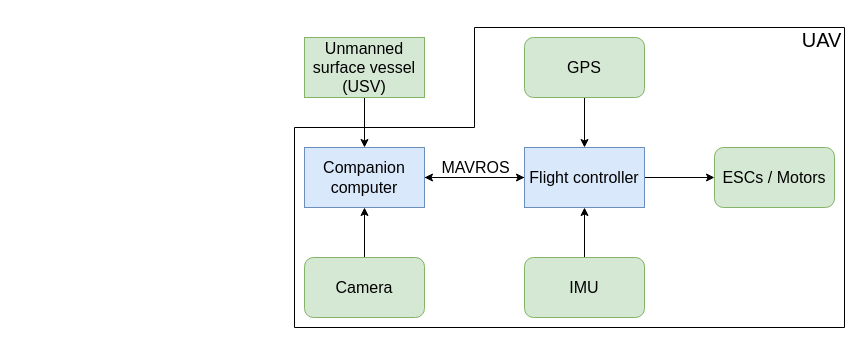
Earlier version of the draw.io diagram Documentation/communications.drawio (ikay13/UAV_Precision_landing). Source tidied: cells renumbered, new cells numbered last; positions are measured from the earlier drawing's top-left corner, leaving out a move shared by most shapes. Both pictures are drawn from the tidied source at 100%, with x=0, y=0 at pixel (294, 27). Pictures stored in the file or linked from it are replaced by grey dashed boxes.
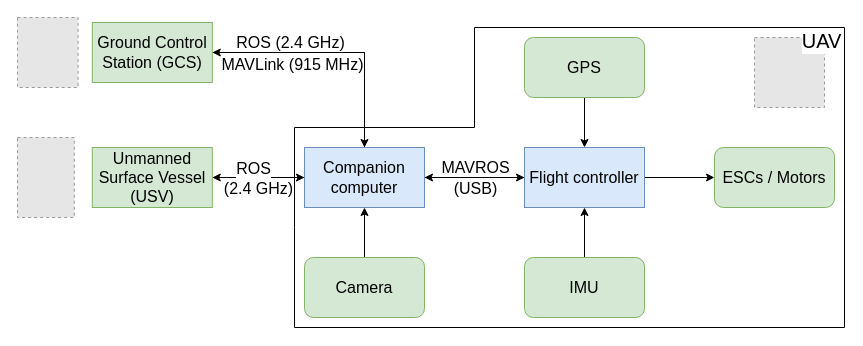
Above is the later version.

Unchanged cells that the change refers to:
```xml
<mxCell id="3" value="&lt;font style=&quot;font-size: 16px;&quot;&gt;Companion computer&lt;/font&gt;" style="rounded=0;whiteSpace=wrap;html=1;fillColor=#dae8fc;strokeColor=#6c8ebf;" parent="1" vertex="1">
  <mxGeometry x="10" y="120" width="120" height="60" as="geometry" />
</mxCell>
<mxCell id="4" style="edgeStyle=orthogonalEdgeStyle;rounded=0;jettySize=auto;html=1;" parent="1" edge="1" source="7" target="3">
  <mxGeometry relative="1" as="geometry" />
</mxCell>
<mxCell id="8" style="edgeStyle=orthogonalEdgeStyle;rounded=0;jettySize=auto;html=1;" parent="1" edge="1" source="9" target="3">
  <mxGeometry relative="1" as="geometry" />
</mxCell>
```

Change to the diagram source:
```diff
@@
+    <mxCell id="19" style="fillColor=#E6E6E6;strokeColor=#999999;dashed=1;" parent="1" vertex="1">
+      <mxGeometry x="460" y="10" width="70" height="70" as="geometry" />
+    </mxCell>
@@
+    <mxCell id="20" style="edgeStyle=orthogonalEdgeStyle;rounded=0;jettySize=auto;html=1;" parent="1" edge="1" source="3" target="9">
+      <mxGeometry relative="1" as="geometry" />
+    </mxCell>
+    <mxCell id="21" style="edgeStyle=orthogonalEdgeStyle;rounded=0;jettySize=auto;html=1;entryX=1;entryY=0.5;entryDx=0;entryDy=0;" parent="1" edge="1" source="3" target="30">
+      <mxGeometry relative="1" as="geometry">
+        <Array as="points">
+          <mxPoint x="70" y="25" />
+        </Array>
+      </mxGeometry>
+    </mxCell>
@@
+    <mxCell id="22" value="&lt;font style=&quot;font-size: 16px;&quot;&gt;(USB)&lt;/font&gt;" style="edgeLabel;html=1;align=center;verticalAlign=middle;" parent="4" vertex="1">
+      <mxGeometry x="-0.27" y="-1" relative="1" as="geometry">
+        <mxPoint x="-13" y="11" as="offset" />
+      </mxGeometry>
+    </mxCell>
@@
+    <mxCell id="23" value="&lt;font style=&quot;font-size: 16px;&quot;&gt;ROS&lt;/font&gt;" style="edgeLabel;html=1;align=center;verticalAlign=middle;" parent="8" vertex="1">
+      <mxGeometry x="-0.61" y="2" relative="1" as="geometry">
+        <mxPoint x="23" y="-8" as="offset" />
+      </mxGeometry>
+    </mxCell>
+    <mxCell id="24" value="&lt;font style=&quot;font-size: 16px;&quot;&gt;(2.4 GHz)&lt;/font&gt;" style="edgeLabel;html=1;align=center;verticalAlign=middle;" parent="8" vertex="1">
+      <mxGeometry x="0.43" y="2" relative="1" as="geometry">
+        <mxPoint x="-20" y="12" as="offset" />
+      </mxGeometry>
+    </mxCell>
-    <mxCell id="9" value="&lt;font style=&quot;font-size: 16px;&quot;&gt;Unmanned surface vessel (USV)&lt;/font&gt;" style="rounded=0;whiteSpace=wrap;html=1;fillColor=#d5e8d4;strokeColor=#82b366;" parent="1" vertex="1">
-      <mxGeometry x="10" y="10" width="120" height="60" as="geometry" />
+    <mxCell id="9" value="&lt;font style=&quot;font-size: 16px;&quot;&gt;Unmanned Surface Vessel (USV)&lt;/font&gt;" style="rounded=0;whiteSpace=wrap;html=1;fillColor=#d5e8d4;strokeColor=#82b366;" parent="1" vertex="1">
+      <mxGeometry x="-202.2" y="120" width="120" height="60" as="geometry" />
     </mxCell>
@@
     <mxCell id="17" style="endArrow=none;html=1;rounded=0;" parent="1" edge="1">
       <mxGeometry relative="1" as="geometry">
         <mxPoint x="550" y="300" as="sourcePoint" />
         <mxPoint x="550" y="300" as="targetPoint" />
         <Array as="points">
           <mxPoint y="300" />
+          <mxPoint y="200" />
           <mxPoint y="100" />
           <mxPoint x="180" y="100" />
           <mxPoint x="180" />
           <mxPoint x="550" />
         </Array>
       </mxGeometry>
     </mxCell>
     <mxCell id="18" value="&lt;font style=&quot;font-size: 20px;&quot;&gt;UAV&lt;/font&gt;" style="edgeLabel;html=1;align=center;verticalAlign=middle;fontSize=18;" parent="17" vertex="1">
       <mxGeometry x="0.5" y="-1" relative="1" as="geometry">
-        <mxPoint x="101" y="11" as="offset" />
+        <mxPoint x="101" y="12" as="offset" />
       </mxGeometry>
     </mxCell>
+    <mxCell id="25" style="fillColor=#E6E6E6;strokeColor=#999999;dashed=1;" parent="1" vertex="1">
+      <mxGeometry x="-277" y="110" width="56.8" height="80" as="geometry" />
+    </mxCell>
+    <mxCell id="26" style="fillColor=#E6E6E6;strokeColor=#999999;dashed=1;" parent="1" vertex="1">
+      <mxGeometry x="-277" y="-10" width="60.6" height="70" as="geometry" />
+    </mxCell>
+    <mxCell id="27" style="edgeStyle=orthogonalEdgeStyle;rounded=0;jettySize=auto;html=1;entryX=0.5;entryY=0;entryDx=0;entryDy=0;" parent="1" edge="1" source="30" target="3">
+      <mxGeometry relative="1" as="geometry" />
+    </mxCell>
+    <mxCell id="28" value="&lt;font style=&quot;font-size: 16px;&quot;&gt;ROS (2.4 GHz)&lt;/font&gt;" style="edgeLabel;html=1;align=center;verticalAlign=middle;" parent="27" vertex="1">
+      <mxGeometry x="-0.42" y="-2" relative="1" as="geometry">
+        <mxPoint x="6" y="-13" as="offset" />
+      </mxGeometry>
+    </mxCell>
+    <mxCell id="29" value="&lt;font style=&quot;font-size: 16px;&quot;&gt;MAVLink (915 MHz)&lt;/font&gt;" style="edgeLabel;html=1;align=center;verticalAlign=middle;" parent="27" vertex="1">
+      <mxGeometry x="0.13" relative="1" as="geometry">
+        <mxPoint x="-60" y="11" as="offset" />
+      </mxGeometry>
+    </mxCell>
+    <mxCell id="30" value="&lt;font style=&quot;font-size: 16px;&quot;&gt;Ground Control Station (GCS)&lt;/font&gt;" style="rounded=0;whiteSpace=wrap;html=1;fillColor=#d5e8d4;strokeColor=#82b366;" parent="1" vertex="1">
+      <mxGeometry x="-202.2" y="-5" width="120" height="60" as="geometry" />
+    </mxCell>
```
